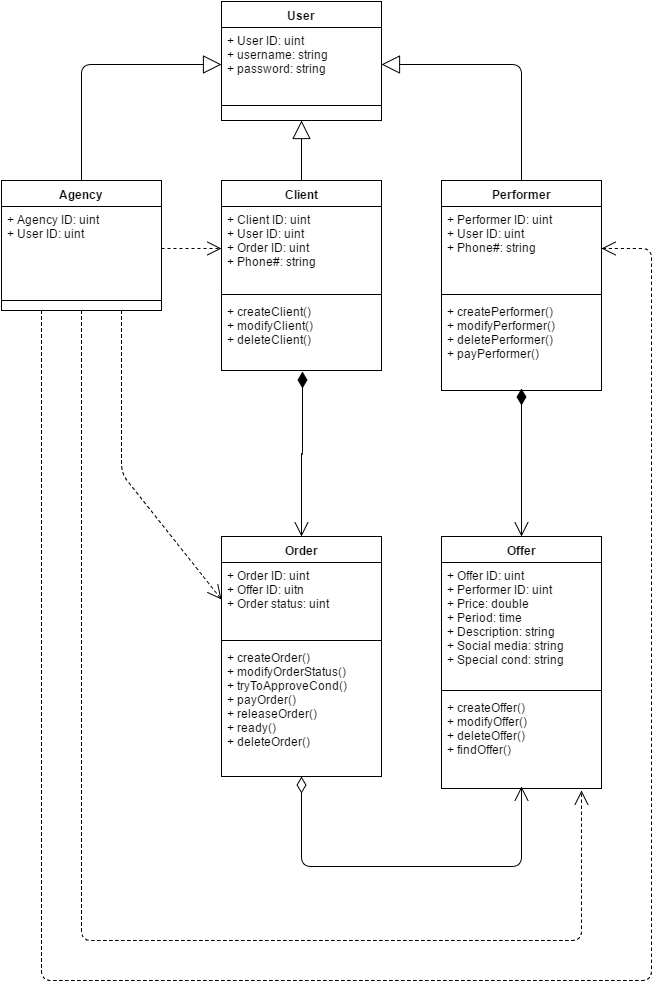
Above: res/class_diagram.png in borisovvictor/SocialMediaExchange (draw.io), before the change. Source tidied: cells renumbered, new cells last; positions are measured from the earlier drawing's top-left corner, leaving out a move shared by most shapes.
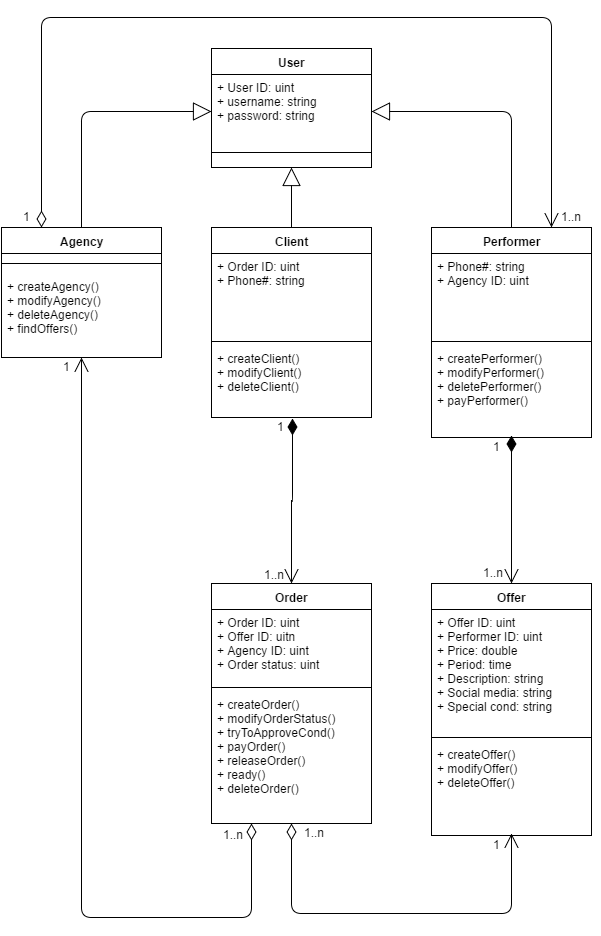
After the commit.

Commit message:
Class and suquence diagrams updated

Change to the diagram source:
```diff
@@ -12,18 +12,18 @@
       <mxGeometry y="100" width="160" height="8" as="geometry" />
     </mxCell>
     <mxCell id="5" value="Agency" style="swimlane;html=1;fontStyle=1;align=center;verticalAlign=top;horizontal=1;startSize=26;swimlaneFillColor=#ffffff;rounded=0;fillColor=#FFFFFF;gradientColor=none;" parent="1" vertex="1">
-      <mxGeometry y="179" width="160" height="130" as="geometry" />
+      <mxGeometry x="10" y="179" width="160" height="130" as="geometry" />
     </mxCell>
-    <mxCell id="6" value="+ Agency ID: uint&lt;div&gt;+ User ID: uint&lt;/div&gt;" style="text;html=1;strokeColor=none;fillColor=none;align=left;verticalAlign=top;spacingLeft=4;spacingRight=4;whiteSpace=wrap;overflow=hidden;points=[[0,0.5],[1,0.5]];portConstraint=eastwest;" parent="5" vertex="1">
-      <mxGeometry y="26" width="160" height="84" as="geometry" />
-    </mxCell>
     <mxCell id="7" style="line;html=1;strokeWidth=1;fillColor=none;align=left;verticalAlign=middle;spacingTop=-1;spacingLeft=3;spacingRight=3;labelPosition=right;" parent="5" vertex="1">
-      <mxGeometry y="110" width="160" height="20" as="geometry" />
+      <mxGeometry y="26" width="160" height="20" as="geometry" />
     </mxCell>
+    <mxCell id="34" value="+ createAgency()&lt;div&gt;+ modifyAgency()&lt;/div&gt;&lt;div&gt;+ deleteAgency()&lt;/div&gt;&lt;div&gt;&lt;span&gt;+ findOffers()&lt;/span&gt;&lt;br&gt;&lt;/div&gt;" style="text;html=1;strokeColor=none;fillColor=none;align=left;verticalAlign=top;spacingLeft=4;spacingRight=4;whiteSpace=wrap;overflow=hidden;" parent="5" vertex="1">
+      <mxGeometry y="46" width="160" height="72" as="geometry" />
+    </mxCell>
     <mxCell id="8" value="Performer" style="swimlane;html=1;fontStyle=1;align=center;verticalAlign=top;horizontal=1;startSize=26;swimlaneFillColor=#ffffff;rounded=0;fillColor=#FFFFFF;gradientColor=none;" parent="1" vertex="1">
       <mxGeometry x="440" y="179" width="160" height="210" as="geometry" />
     </mxCell>
-    <mxCell id="9" value="+ Performer ID: uint&lt;div&gt;+ User ID: uint&lt;/div&gt;&lt;div&gt;+ Phone#: string&lt;/div&gt;&lt;div&gt;&lt;br&gt;&lt;/div&gt;" style="text;html=1;strokeColor=none;fillColor=none;align=left;verticalAlign=top;spacingLeft=4;spacingRight=4;whiteSpace=wrap;overflow=hidden;points=[[0,0.5],[1,0.5]];portConstraint=eastwest;" parent="8" vertex="1">
+    <mxCell id="9" value="&lt;div&gt;+ Phone#: string&lt;/div&gt;&lt;div&gt;+ Agency ID: uint&lt;/div&gt;&lt;div&gt;&lt;br&gt;&lt;/div&gt;" style="text;html=1;strokeColor=none;fillColor=none;align=left;verticalAlign=top;spacingLeft=4;spacingRight=4;whiteSpace=wrap;overflow=hidden;points=[[0,0.5],[1,0.5]];portConstraint=eastwest;" parent="8" vertex="1">
       <mxGeometry y="26" width="160" height="84" as="geometry" />
     </mxCell>
     <mxCell id="10" style="line;html=1;strokeWidth=1;fillColor=none;align=left;verticalAlign=middle;spacingTop=-1;spacingLeft=3;spacingRight=3;labelPosition=right;" parent="8" vertex="1">
@@ -35,7 +35,7 @@
     <mxCell id="12" value="Client" style="swimlane;html=1;fontStyle=1;align=center;verticalAlign=top;horizontal=1;startSize=26;swimlaneFillColor=#ffffff;rounded=0;fillColor=#FFFFFF;gradientColor=none;" parent="1" vertex="1">
       <mxGeometry x="220" y="179" width="160" height="190" as="geometry" />
     </mxCell>
-    <mxCell id="13" value="+ Client ID: uint&lt;div&gt;+ User ID: uint&lt;/div&gt;&lt;div&gt;+ Order ID: uint&lt;/div&gt;&lt;div&gt;+ Phone#: string&lt;/div&gt;" style="text;html=1;strokeColor=none;fillColor=none;align=left;verticalAlign=top;spacingLeft=4;spacingRight=4;whiteSpace=wrap;overflow=hidden;points=[[0,0.5],[1,0.5]];portConstraint=eastwest;" parent="12" vertex="1">
+    <mxCell id="13" value="&lt;div&gt;+ Order ID: uint&lt;/div&gt;&lt;div&gt;+ Phone#: string&lt;/div&gt;" style="text;html=1;strokeColor=none;fillColor=none;align=left;verticalAlign=top;spacingLeft=4;spacingRight=4;whiteSpace=wrap;overflow=hidden;points=[[0,0.5],[1,0.5]];portConstraint=eastwest;" parent="12" vertex="1">
       <mxGeometry y="26" width="160" height="84" as="geometry" />
     </mxCell>
     <mxCell id="14" style="line;html=1;strokeWidth=1;fillColor=none;align=left;verticalAlign=middle;spacingTop=-1;spacingLeft=3;spacingRight=3;labelPosition=right;" parent="12" vertex="1">
@@ -47,7 +47,7 @@
     <mxCell id="16" value="Order" style="swimlane;html=1;fontStyle=1;align=center;verticalAlign=top;horizontal=1;startSize=26;swimlaneFillColor=#ffffff;rounded=0;fillColor=#FFFFFF;gradientColor=none;" parent="1" vertex="1">
       <mxGeometry x="220" y="535" width="160" height="240" as="geometry" />
     </mxCell>
-    <mxCell id="17" value="+ Order ID: uint&lt;div&gt;+ Offer ID: uitn&lt;/div&gt;&lt;div&gt;+ Order status: uint&lt;/div&gt;" style="text;html=1;strokeColor=none;fillColor=none;align=left;verticalAlign=top;spacingLeft=4;spacingRight=4;whiteSpace=wrap;overflow=hidden;points=[[0,0.5],[1,0.5]];portConstraint=eastwest;" parent="16" vertex="1">
+    <mxCell id="17" value="+ Order ID: uint&lt;div&gt;+ Offer ID: uitn&lt;/div&gt;&lt;div&gt;+ Agency ID: uint&lt;/div&gt;&lt;div&gt;+ Order status: uint&lt;/div&gt;" style="text;html=1;strokeColor=none;fillColor=none;align=left;verticalAlign=top;spacingLeft=4;spacingRight=4;whiteSpace=wrap;overflow=hidden;points=[[0,0.5],[1,0.5]];portConstraint=eastwest;" parent="16" vertex="1">
       <mxGeometry y="26" width="160" height="74" as="geometry" />
     </mxCell>
     <mxCell id="18" style="line;html=1;strokeWidth=1;fillColor=none;align=left;verticalAlign=middle;spacingTop=-1;spacingLeft=3;spacingRight=3;labelPosition=right;" parent="16" vertex="1">
@@ -65,13 +65,13 @@
     <mxCell id="22" style="line;html=1;strokeWidth=1;fillColor=none;align=left;verticalAlign=middle;spacingTop=-1;spacingLeft=3;spacingRight=3;labelPosition=right;" parent="20" vertex="1">
       <mxGeometry y="150" width="160" height="8" as="geometry" />
     </mxCell>
-    <mxCell id="23" value="&lt;span&gt;+ createOffer()&lt;/span&gt;&lt;div&gt;+ modifyOffer()&lt;/div&gt;&lt;div&gt;+ deleteOffer()&lt;/div&gt;&lt;div&gt;+ findOffer()&lt;/div&gt;" style="text;html=1;strokeColor=none;fillColor=none;align=left;verticalAlign=top;spacingLeft=4;spacingRight=4;whiteSpace=wrap;overflow=hidden;" parent="20" vertex="1">
+    <mxCell id="23" value="&lt;span&gt;+ createOffer()&lt;/span&gt;&lt;div&gt;+ modifyOffer()&lt;/div&gt;&lt;div&gt;+ deleteOffer()&lt;/div&gt;" style="text;html=1;strokeColor=none;fillColor=none;align=left;verticalAlign=top;spacingLeft=4;spacingRight=4;whiteSpace=wrap;overflow=hidden;" parent="20" vertex="1">
       <mxGeometry y="158" width="160" height="80" as="geometry" />
     </mxCell>
     <mxCell id="24" style="endArrow=block;endSize=16;endFill=0;html=1;exitX=0.5;exitY=0;entryX=0;entryY=0.5;" parent="1" edge="1" source="5" target="3">
       <mxGeometry relative="1" as="geometry">
         <Array as="points">
-          <mxPoint x="80" y="63" />
+          <mxPoint x="90" y="63" />
         </Array>
       </mxGeometry>
     </mxCell>
@@ -103,34 +103,6 @@
         </Array>
       </mxGeometry>
     </mxCell>
-    <mxCell id="29" style="endArrow=open;endSize=12;dashed=1;html=1;exitX=0.75;exitY=1;entryX=0;entryY=0.5;" parent="1" edge="1" source="5" target="17">
-      <mxGeometry relative="1" as="geometry">
-        <Array as="points">
-          <mxPoint x="120" y="472" />
-        </Array>
-      </mxGeometry>
-    </mxCell>
-    <mxCell id="30" style="endArrow=open;endSize=12;dashed=1;html=1;exitX=1;exitY=0.5;entryX=0;entryY=0.5;" parent="1" edge="1" source="6" target="13">
-      <mxGeometry x="-450.4" y="-380" as="geometry" />
-    </mxCell>
-    <mxCell id="31" style="endArrow=open;endSize=12;dashed=1;html=1;exitX=0.5;exitY=1;" parent="1" edge="1" source="5">
-      <mxGeometry x="-450.4" y="-380" as="geometry">
-        <mxPoint x="580" y="789" as="targetPoint" />
-        <Array as="points">
-          <mxPoint x="80" y="939" />
-          <mxPoint x="580" y="939" />
-        </Array>
-      </mxGeometry>
-    </mxCell>
-    <mxCell id="32" style="endArrow=open;endSize=12;dashed=1;html=1;exitX=0.25;exitY=1;entryX=1;entryY=0.5;" parent="1" edge="1" source="5" target="9">
-      <mxGeometry relative="1" as="geometry">
-        <Array as="points">
-          <mxPoint x="40" y="979" />
-          <mxPoint x="650" y="979" />
-          <mxPoint x="650" y="247" />
-        </Array>
-      </mxGeometry>
-    </mxCell>
     <mxCell id="33" style="endArrow=open;html=1;endSize=12;startArrow=diamondThin;startSize=14;startFill=1;edgeStyle=orthogonalEdgeStyle;align=left;verticalAlign=bottom;exitX=0.506;exitY=1.014;exitPerimeter=0;" parent="1" edge="1" source="15" target="16">
       <mxGeometry x="-240" y="-331" as="geometry">
         <Array as="points">
@@ -140,5 +112,51 @@
         <mxPoint x="-11" y="-35" as="offset" />
       </mxGeometry>
     </mxCell>
+    <mxCell id="35" style="endArrow=open;html=1;endSize=12;startArrow=diamondThin;startSize=14;startFill=0;edgeStyle=orthogonalEdgeStyle;align=left;verticalAlign=bottom;exitX=0.25;exitY=1;entryX=0.5;entryY=1;" parent="1" edge="1" source="16" target="5">
+      <mxGeometry x="-230" y="56" as="geometry">
+        <Array as="points">
+          <mxPoint x="260" y="869" />
+          <mxPoint x="90" y="869" />
+        </Array>
+      </mxGeometry>
+    </mxCell>
+    <mxCell id="36" value="1" style="text;html=1;align=left;verticalAlign=top;spacingTop=-4;" parent="1" vertex="1">
+      <mxGeometry x="284" y="369" width="20" height="20" as="geometry" />
+    </mxCell>
+    <mxCell id="37" value="1..n" style="text;html=1;align=left;verticalAlign=top;spacingTop=-4;" parent="1" vertex="1">
+      <mxGeometry x="271" y="517" width="40" height="20" as="geometry" />
+    </mxCell>
+    <mxCell id="38" value="1" style="text;html=1;align=left;verticalAlign=top;spacingTop=-4;" parent="1" vertex="1">
+      <mxGeometry x="500" y="389" width="20" height="20" as="geometry" />
+    </mxCell>
+    <mxCell id="39" value="1" style="text;html=1;align=left;verticalAlign=top;spacingTop=-4;" parent="1" vertex="1">
+      <mxGeometry x="70" y="309" width="20" height="20" as="geometry" />
+    </mxCell>
+    <mxCell id="40" value="1" style="text;html=1;align=left;verticalAlign=top;spacingTop=-4;" parent="1" vertex="1">
+      <mxGeometry x="500" y="787" width="20" height="20" as="geometry" />
+    </mxCell>
+    <mxCell id="41" value="1..n" style="text;html=1;align=left;verticalAlign=top;spacingTop=-4;" parent="1" vertex="1">
+      <mxGeometry x="490" y="515" width="40" height="20" as="geometry" />
+    </mxCell>
+    <mxCell id="42" value="1..n" style="text;html=1;align=left;verticalAlign=top;spacingTop=-4;" parent="1" vertex="1">
+      <mxGeometry x="230" y="777" width="40" height="20" as="geometry" />
+    </mxCell>
+    <mxCell id="43" value="1..n" style="text;html=1;align=left;verticalAlign=top;spacingTop=-4;" parent="1" vertex="1">
+      <mxGeometry x="311" y="775" width="40" height="20" as="geometry" />
+    </mxCell>
+    <mxCell id="44" style="endArrow=open;html=1;endSize=12;startArrow=diamondThin;startSize=14;startFill=0;edgeStyle=orthogonalEdgeStyle;align=left;verticalAlign=bottom;exitX=0.25;exitY=0;entryX=0.75;entryY=0;" parent="1" edge="1" source="5" target="8">
+      <mxGeometry x="-220" y="66" as="geometry">
+        <Array as="points">
+          <mxPoint x="50" y="-31" />
+          <mxPoint x="560" y="-31" />
+        </Array>
+      </mxGeometry>
+    </mxCell>
+    <mxCell id="45" value="1" style="text;html=1;align=left;verticalAlign=top;spacingTop=-4;" parent="1" vertex="1">
+      <mxGeometry x="30" y="159" width="20" height="20" as="geometry" />
+    </mxCell>
+    <mxCell id="46" value="1..n" style="text;html=1;align=left;verticalAlign=top;spacingTop=-4;" parent="1" vertex="1">
+      <mxGeometry x="568" y="159" width="40" height="20" as="geometry" />
+    </mxCell>
   </root>
 </mxGraphModel>
```
